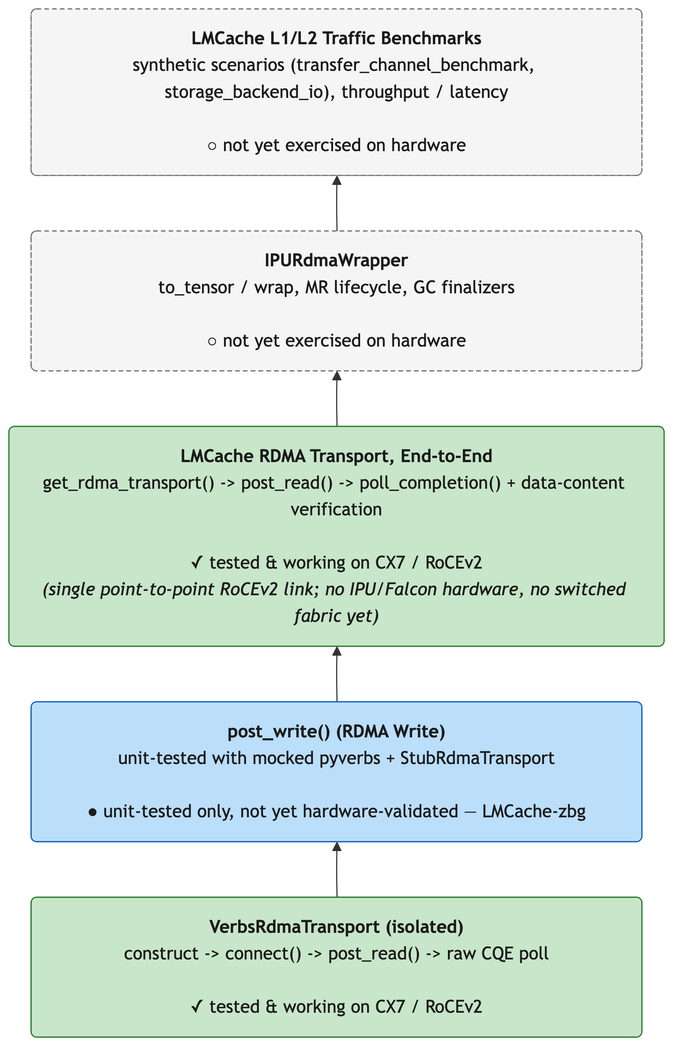
This is docs/design/v1/platform/rdma-validation-stack-right.png from tsg-/LMCache, a Mermaid export, as it was before one commit. Its source is kept beside it as docs/design/v1/platform/rdma-validation-stack-right.mmd. Source of this version:
```mermaid
graph BT
    L2("<div style='width:520px'><b>VerbsRdmaTransport (isolated)</b><br/>construct -&gt; connect() -&gt; post_read() -&gt; raw CQE poll<br/><br/>✓ tested &amp; working on CX7 / RoCEv2</div>")
    L2b("<div style='width:520px'><b>post_write() (RDMA Write)</b><br/>unit-tested with mocked pyverbs + StubRdmaTransport<br/><br/>● unit-tested only, not yet hardware-validated &mdash; LMCache-zbg</div>")
    L3("<div style='width:560px'><b>LMCache RDMA Transport, End-to-End</b><br/>get_rdma_transport() -&gt; post_read() -&gt; poll_completion() + data-content verification<br/><br/>✓ tested &amp; working on CX7 / RoCEv2<br/><i>(single point-to-point RoCEv2 link; no IPU/Falcon hardware, no switched fabric yet)</i></div>")
    L3b("<div style='width:520px'><b>IPURdmaWrapper</b><br/>to_tensor / wrap, MR lifecycle, GC finalizers<br/><br/>○ not yet exercised on hardware</div>")
    L4("<div style='width:520px'><b>LMCache L1/L2 Traffic Benchmarks</b><br/>synthetic scenarios (transfer_channel_benchmark, storage_backend_io), throughput / latency<br/><br/>○ not yet exercised on hardware</div>")

    L2 --> L2b --> L3 --> L3b --> L4

    classDef tested fill:#c8e6c9,stroke:#2e7d32,stroke-width:1px,color:#1b1b1b
    classDef unittested fill:#bbdefb,stroke:#1565c0,stroke-width:1px,color:#1b1b1b
    classDef pending fill:#f5f5f5,stroke:#757575,stroke-width:1px,stroke-dasharray:4 3,color:#1b1b1b

    class L2,L3 tested
    class L2b unittested
    class L3b,L4 pending
```
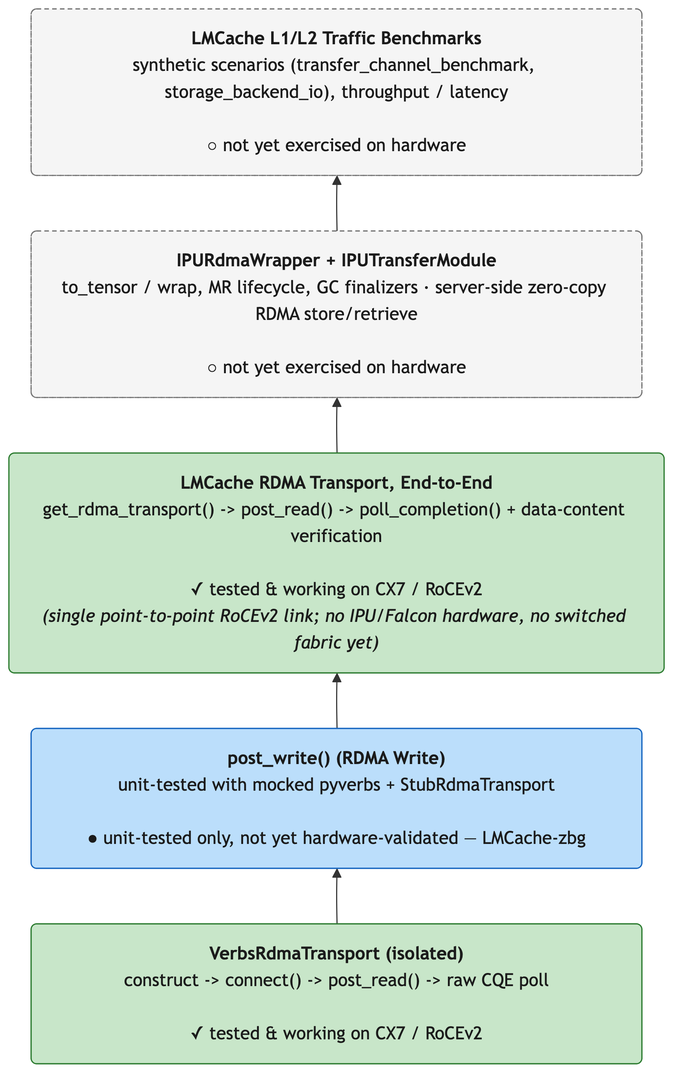
Above is the later version.

Change to the diagram source:
```diff
@@ -2,7 +2,7 @@
     L2("<div style='width:520px'><b>VerbsRdmaTransport (isolated)</b><br/>construct -&gt; connect() -&gt; post_read() -&gt; raw CQE poll<br/><br/>✓ tested &amp; working on CX7 / RoCEv2</div>")
     L2b("<div style='width:520px'><b>post_write() (RDMA Write)</b><br/>unit-tested with mocked pyverbs + StubRdmaTransport<br/><br/>● unit-tested only, not yet hardware-validated &mdash; LMCache-zbg</div>")
     L3("<div style='width:560px'><b>LMCache RDMA Transport, End-to-End</b><br/>get_rdma_transport() -&gt; post_read() -&gt; poll_completion() + data-content verification<br/><br/>✓ tested &amp; working on CX7 / RoCEv2<br/><i>(single point-to-point RoCEv2 link; no IPU/Falcon hardware, no switched fabric yet)</i></div>")
-    L3b("<div style='width:520px'><b>IPURdmaWrapper</b><br/>to_tensor / wrap, MR lifecycle, GC finalizers<br/><br/>○ not yet exercised on hardware</div>")
+    L3b("<div style='width:520px'><b>IPURdmaWrapper + IPUTransferModule</b><br/>to_tensor / wrap, MR lifecycle, GC finalizers &middot; server-side zero-copy RDMA store/retrieve<br/><br/>○ not yet exercised on hardware</div>")
     L4("<div style='width:520px'><b>LMCache L1/L2 Traffic Benchmarks</b><br/>synthetic scenarios (transfer_channel_benchmark, storage_backend_io), throughput / latency<br/><br/>○ not yet exercised on hardware</div>")
 
     L2 --> L2b --> L3 --> L3b --> L4
```
